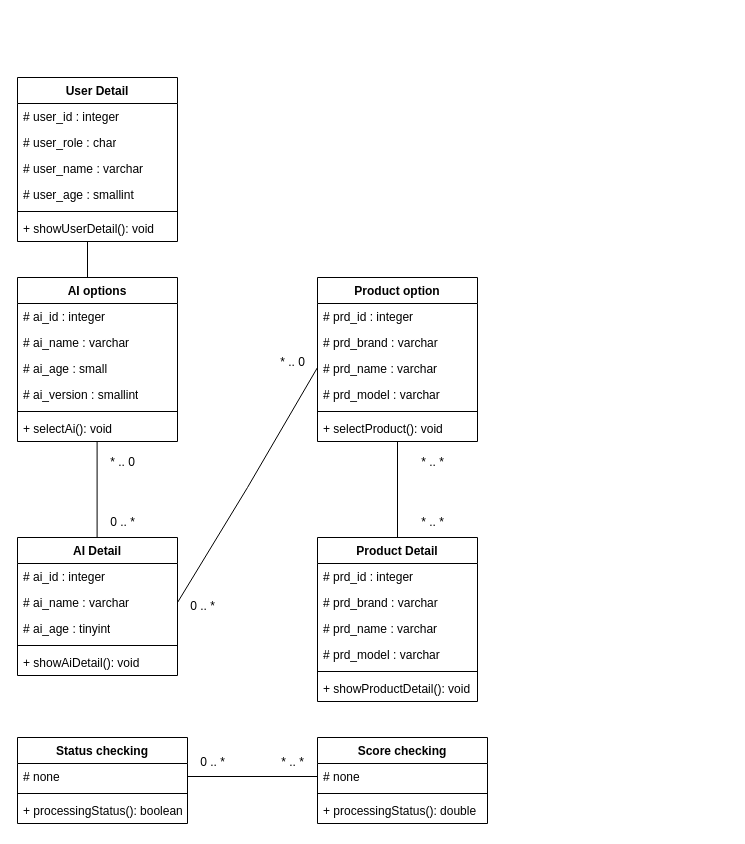
The draw.io diagram diagrams/class_diagram_design.drawio in University-Bangkok-JW/cs497-project, before the edit. Source tidied: cells renumbered, new cells numbered last; positions are measured from the earlier drawing's top-left corner, leaving out a move shared by most shapes. Both pictures are drawn from the tidied source at 100%, with x=0, y=0 at pixel (17, 77).
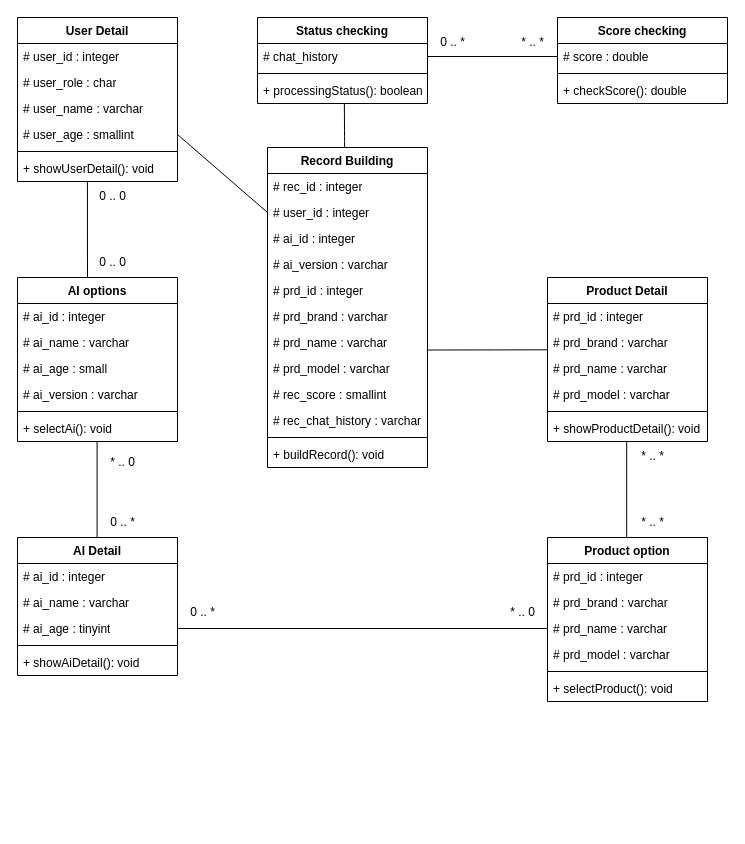
Above is the later version.

Commit message:
Save (But this is wrong, so let's look at System Function2 instead)

The change refers to these unchanged cells:
```xml
<mxCell id="2" value="AI options" style="swimlane;fontStyle=1;align=center;verticalAlign=top;horizontal=1;startSize=26;whiteSpace=wrap;html=1;" parent="1" vertex="1">
  <mxGeometry y="200" width="160" height="164" as="geometry" />
</mxCell>
<mxCell id="12" value="# prd_name : varchar" style="text;strokeColor=none;fillColor=none;align=left;verticalAlign=top;spacingLeft=4;spacingRight=4;overflow=hidden;points=[[0,0.5],[1,0.5]];portConstraint=eastwest;whiteSpace=wrap;html=1;" parent="9" vertex="1">
  <mxGeometry y="78" width="160" height="26" as="geometry" />
</mxCell>
<mxCell id="15" value="+ selectProduct(): void" style="text;strokeColor=none;fillColor=none;align=left;verticalAlign=top;spacingLeft=4;spacingRight=4;overflow=hidden;points=[[0,0.5],[1,0.5]];portConstraint=eastwest;whiteSpace=wrap;html=1;" parent="9" vertex="1">
  <mxGeometry y="138" width="160" height="26" as="geometry" />
</mxCell>
<mxCell id="18" value="# ai_name : varchar" style="text;strokeColor=none;fillColor=none;align=left;verticalAlign=top;spacingLeft=4;spacingRight=4;overflow=hidden;points=[[0,0.5],[1,0.5]];portConstraint=eastwest;whiteSpace=wrap;html=1;" parent="16" vertex="1">
  <mxGeometry y="52" width="160" height="26" as="geometry" />
</mxCell>
<mxCell id="19" value="# ai_age : tinyint" style="text;strokeColor=none;fillColor=none;align=left;verticalAlign=top;spacingLeft=4;spacingRight=4;overflow=hidden;points=[[0,0.5],[1,0.5]];portConstraint=eastwest;whiteSpace=wrap;html=1;" parent="16" vertex="1">
  <mxGeometry y="78" width="160" height="26" as="geometry" />
</mxCell>
<mxCell id="24" value="# prd_brand : varchar" style="text;strokeColor=none;fillColor=none;align=left;verticalAlign=top;spacingLeft=4;spacingRight=4;overflow=hidden;points=[[0,0.5],[1,0.5]];portConstraint=eastwest;whiteSpace=wrap;html=1;" parent="22" vertex="1">
  <mxGeometry y="52" width="160" height="26" as="geometry" />
</mxCell>
<mxCell id="33" value="# user_age : smallint" style="text;strokeColor=none;fillColor=none;align=left;verticalAlign=top;spacingLeft=4;spacingRight=4;overflow=hidden;points=[[0,0.5],[1,0.5]];portConstraint=eastwest;whiteSpace=wrap;html=1;" parent="29" vertex="1">
  <mxGeometry y="104" width="160" height="26" as="geometry" />
</mxCell>
<mxCell id="35" value="+ showUserDetail(): void" style="text;strokeColor=none;fillColor=none;align=left;verticalAlign=top;spacingLeft=4;spacingRight=4;overflow=hidden;points=[[0,0.5],[1,0.5]];portConstraint=eastwest;whiteSpace=wrap;html=1;" parent="29" vertex="1">
  <mxGeometry y="138" width="160" height="26" as="geometry" />
</mxCell>
<mxCell id="48" value="+ processingStatus(): boolean" style="text;strokeColor=none;fillColor=none;align=left;verticalAlign=top;spacingLeft=4;spacingRight=4;overflow=hidden;points=[[0,0.5],[1,0.5]];portConstraint=eastwest;whiteSpace=wrap;html=1;" parent="45" vertex="1">
  <mxGeometry y="60" width="170" height="26" as="geometry" />
</mxCell>
```

What changed in the source:
```diff
@@
-    <mxCell id="6" value="# ai_version : smallint" style="text;strokeColor=none;fillColor=none;align=left;verticalAlign=top;spacingLeft=4;spacingRight=4;overflow=hidden;whiteSpace=wrap;html=1;" parent="2" vertex="1">
+    <mxCell id="6" value="# ai_version : varchar" style="text;strokeColor=none;fillColor=none;align=left;verticalAlign=top;spacingLeft=4;spacingRight=4;overflow=hidden;whiteSpace=wrap;html=1;" parent="2" vertex="1">
       <mxGeometry y="104" width="160" height="26" as="geometry" />
     </mxCell>
@@
     <mxCell id="9" value="Product option" style="swimlane;fontStyle=1;align=center;verticalAlign=top;horizontal=1;startSize=26;whiteSpace=wrap;html=1;" parent="1" vertex="1">
-      <mxGeometry x="300" y="200" width="160" height="164" as="geometry" />
+      <mxGeometry x="530" y="460" width="160" height="164" as="geometry" />
     </mxCell>
@@
     <mxCell id="22" value="Product Detail" style="swimlane;fontStyle=1;align=center;verticalAlign=top;horizontal=1;startSize=26;whiteSpace=wrap;html=1;" parent="1" vertex="1">
-      <mxGeometry x="300" y="460" width="160" height="164" as="geometry" />
+      <mxGeometry x="530" y="200" width="160" height="164" as="geometry" />
     </mxCell>
@@
     <mxCell id="29" value="User Detail" style="swimlane;fontStyle=1;align=center;verticalAlign=top;horizontal=1;startSize=26;whiteSpace=wrap;html=1;" parent="1" vertex="1">
-      <mxGeometry width="160" height="164" as="geometry" />
+      <mxGeometry y="-60" width="160" height="164" as="geometry" />
     </mxCell>
@@
-    <mxCell id="36" style="endArrow=none;html=1;rounded=0;entryX=0.5;entryY=0.996;entryDx=0;entryDy=0;entryPerimeter=0;exitX=0.5;exitY=0;exitDx=0;exitDy=0;" parent="1" edge="1" source="22" target="15">
-      <mxGeometry relative="1" as="geometry" />
-    </mxCell>
@@
-    <mxCell id="38" style="endArrow=none;html=1;rounded=0;exitX=1;exitY=0.5;exitDx=0;exitDy=0;" parent="1" edge="1" source="18">
-      <mxGeometry relative="1" as="geometry">
-        <mxPoint x="300" y="290" as="targetPoint" />
-        <Array as="points">
-          <mxPoint x="230" y="410" />
-        </Array>
-      </mxGeometry>
+    <mxCell id="38" style="endArrow=none;html=1;rounded=0;exitX=1;exitY=0.5;exitDx=0;exitDy=0;entryX=0;entryY=0.5;entryDx=0;entryDy=0;" parent="1" edge="1" source="19" target="12">
+      <mxGeometry relative="1" as="geometry" />
     </mxCell>
     <mxCell id="39" value="0 .. *" style="text;html=1;align=center;verticalAlign=middle;strokeColor=none;fillColor=none;" parent="1" vertex="1">
-      <mxGeometry x="160" y="514" width="50" height="30" as="geometry" />
+      <mxGeometry x="160" y="520" width="50" height="30" as="geometry" />
     </mxCell>
@@
     <mxCell id="41" value="* .. *" style="text;html=1;align=center;verticalAlign=middle;strokeColor=none;fillColor=none;" parent="1" vertex="1">
-      <mxGeometry x="390" y="370" width="50" height="30" as="geometry" />
+      <mxGeometry x="610" y="364" width="50" height="30" as="geometry" />
     </mxCell>
     <mxCell id="42" value="* .. *" style="text;html=1;align=center;verticalAlign=middle;strokeColor=none;fillColor=none;" parent="1" vertex="1">
-      <mxGeometry x="390" y="430" width="50" height="30" as="geometry" />
+      <mxGeometry x="610" y="430" width="50" height="30" as="geometry" />
     </mxCell>
@@
     <mxCell id="44" value="* .. 0" style="text;html=1;align=center;verticalAlign=middle;strokeColor=none;fillColor=none;" parent="1" vertex="1">
-      <mxGeometry x="250" y="270" width="50" height="30" as="geometry" />
+      <mxGeometry x="480" y="520" width="50" height="30" as="geometry" />
     </mxCell>
     <mxCell id="45" value="Status checking" style="swimlane;fontStyle=1;align=center;verticalAlign=top;horizontal=1;startSize=26;whiteSpace=wrap;html=1;" parent="1" vertex="1">
-      <mxGeometry y="660" width="170" height="86" as="geometry" />
+      <mxGeometry x="240" y="-60" width="170" height="86" as="geometry" />
     </mxCell>
-    <mxCell id="46" value="# none" style="text;strokeColor=none;fillColor=none;align=left;verticalAlign=top;spacingLeft=4;spacingRight=4;overflow=hidden;points=[[0,0.5],[1,0.5]];portConstraint=eastwest;whiteSpace=wrap;html=1;" parent="45" vertex="1">
+    <mxCell id="46" value="# chat_history" style="text;strokeColor=none;fillColor=none;align=left;verticalAlign=top;spacingLeft=4;spacingRight=4;overflow=hidden;points=[[0,0.5],[1,0.5]];portConstraint=eastwest;whiteSpace=wrap;html=1;" parent="45" vertex="1">
       <mxGeometry y="26" width="170" height="26" as="geometry" />
     </mxCell>
@@
     <mxCell id="49" value="Score checking" style="swimlane;fontStyle=1;align=center;verticalAlign=top;horizontal=1;startSize=26;whiteSpace=wrap;html=1;" parent="1" vertex="1">
-      <mxGeometry x="300" y="660" width="170" height="86" as="geometry" />
+      <mxGeometry x="540" y="-60" width="170" height="86" as="geometry" />
     </mxCell>
-    <mxCell id="50" value="# none" style="text;strokeColor=none;fillColor=none;align=left;verticalAlign=top;spacingLeft=4;spacingRight=4;overflow=hidden;points=[[0,0.5],[1,0.5]];portConstraint=eastwest;whiteSpace=wrap;html=1;" parent="49" vertex="1">
+    <mxCell id="50" value="# score : double" style="text;strokeColor=none;fillColor=none;align=left;verticalAlign=top;spacingLeft=4;spacingRight=4;overflow=hidden;points=[[0,0.5],[1,0.5]];portConstraint=eastwest;whiteSpace=wrap;html=1;" parent="49" vertex="1">
       <mxGeometry y="26" width="170" height="26" as="geometry" />
     </mxCell>
@@
-    <mxCell id="52" value="+ processingStatus(): double" style="text;strokeColor=none;fillColor=none;align=left;verticalAlign=top;spacingLeft=4;spacingRight=4;overflow=hidden;whiteSpace=wrap;html=1;" parent="49" vertex="1">
+    <mxCell id="52" value="+ checkScore(): double" style="text;strokeColor=none;fillColor=none;align=left;verticalAlign=top;spacingLeft=4;spacingRight=4;overflow=hidden;whiteSpace=wrap;html=1;" parent="49" vertex="1">
       <mxGeometry y="60" width="170" height="26" as="geometry" />
     </mxCell>
-    <mxCell id="53" style="endArrow=none;html=1;rounded=0;entryX=0.5;entryY=0.996;entryDx=0;entryDy=0;entryPerimeter=0;" parent="1" edge="1">
+    <mxCell id="53" style="endArrow=none;html=1;rounded=0;entryX=0.437;entryY=1.009;entryDx=0;entryDy=0;entryPerimeter=0;" parent="1" edge="1" target="35">
       <mxGeometry relative="1" as="geometry">
         <mxPoint x="70" y="200" as="sourcePoint" />
-        <mxPoint x="70" y="164" as="targetPoint" />
       </mxGeometry>
     </mxCell>
@@
     <mxCell id="55" value="0 .. *" style="text;html=1;align=center;verticalAlign=middle;strokeColor=none;fillColor=none;" parent="1" vertex="1">
-      <mxGeometry x="170" y="670" width="50" height="30" as="geometry" />
+      <mxGeometry x="410" y="-50" width="50" height="30" as="geometry" />
     </mxCell>
     <mxCell id="56" value="* .. *" style="text;html=1;align=center;verticalAlign=middle;strokeColor=none;fillColor=none;" parent="1" vertex="1">
-      <mxGeometry x="250" y="670" width="50" height="30" as="geometry" />
+      <mxGeometry x="490" y="-50" width="50" height="30" as="geometry" />
     </mxCell>
+    <mxCell id="57" value="0 .. 0" style="text;html=1;align=center;verticalAlign=middle;strokeColor=none;fillColor=none;" parent="1" vertex="1">
+      <mxGeometry x="70" y="104" width="50" height="30" as="geometry" />
+    </mxCell>
+    <mxCell id="58" value="0 .. 0" style="text;html=1;align=center;verticalAlign=middle;strokeColor=none;fillColor=none;" parent="1" vertex="1">
+      <mxGeometry x="70" y="170" width="50" height="30" as="geometry" />
+    </mxCell>
+    <mxCell id="59" value="Record Building" style="swimlane;fontStyle=1;align=center;verticalAlign=top;horizontal=1;startSize=26;whiteSpace=wrap;html=1;" parent="1" vertex="1">
+      <mxGeometry x="250" y="70" width="160" height="320" as="geometry" />
+    </mxCell>
+    <mxCell id="60" value="&lt;div&gt;&lt;span style=&quot;background-color: initial;&quot;&gt;# rec_id :&lt;/span&gt;&lt;span style=&quot;background-color: initial;&quot;&gt;&amp;nbsp;&lt;/span&gt;&lt;span style=&quot;background-color: initial;&quot;&gt;integer&lt;/span&gt;&lt;/div&gt;" style="text;strokeColor=none;fillColor=none;align=left;verticalAlign=top;spacingLeft=4;spacingRight=4;overflow=hidden;whiteSpace=wrap;html=1;" parent="59" vertex="1">
+      <mxGeometry y="26" width="160" height="26" as="geometry" />
+    </mxCell>
+    <mxCell id="61" value="&lt;div&gt;&lt;span style=&quot;background-color: initial;&quot;&gt;# user_id :&lt;/span&gt;&lt;span style=&quot;background-color: initial;&quot;&gt;&amp;nbsp;&lt;/span&gt;&lt;span style=&quot;background-color: initial;&quot;&gt;integer&lt;/span&gt;&lt;/div&gt;" style="text;strokeColor=none;fillColor=none;align=left;verticalAlign=top;spacingLeft=4;spacingRight=4;overflow=hidden;points=[[0,0.5],[1,0.5]];portConstraint=eastwest;whiteSpace=wrap;html=1;" parent="59" vertex="1">
+      <mxGeometry y="52" width="160" height="26" as="geometry" />
+    </mxCell>
+    <mxCell id="62" value="&lt;div&gt;&lt;span style=&quot;background-color: initial;&quot;&gt;# ai_id :&lt;/span&gt;&lt;span style=&quot;background-color: initial;&quot;&gt;&amp;nbsp;&lt;/span&gt;&lt;span style=&quot;background-color: initial;&quot;&gt;integer&lt;/span&gt;&lt;/div&gt;" style="text;strokeColor=none;fillColor=none;align=left;verticalAlign=top;spacingLeft=4;spacingRight=4;overflow=hidden;whiteSpace=wrap;html=1;" parent="59" vertex="1">
+      <mxGeometry y="78" width="160" height="26" as="geometry" />
+    </mxCell>
+    <mxCell id="63" value="&lt;div&gt;&lt;span style=&quot;background-color: initial;&quot;&gt;# ai_version :&lt;/span&gt;&lt;span style=&quot;background-color: initial;&quot;&gt;&amp;nbsp;&lt;/span&gt;&lt;span style=&quot;background-color: initial;&quot;&gt;varchar&lt;/span&gt;&lt;/div&gt;" style="text;strokeColor=none;fillColor=none;align=left;verticalAlign=top;spacingLeft=4;spacingRight=4;overflow=hidden;whiteSpace=wrap;html=1;" parent="59" vertex="1">
+      <mxGeometry y="104" width="160" height="26" as="geometry" />
+    </mxCell>
+    <mxCell id="64" value="&lt;div&gt;&lt;span style=&quot;background-color: initial;&quot;&gt;# prd_id :&lt;/span&gt;&lt;span style=&quot;background-color: initial;&quot;&gt;&amp;nbsp;&lt;/span&gt;&lt;span style=&quot;background-color: initial;&quot;&gt;integer&lt;/span&gt;&lt;/div&gt;" style="text;strokeColor=none;fillColor=none;align=left;verticalAlign=top;spacingLeft=4;spacingRight=4;overflow=hidden;whiteSpace=wrap;html=1;" parent="59" vertex="1">
+      <mxGeometry y="130" width="160" height="26" as="geometry" />
+    </mxCell>
+    <mxCell id="65" value="&lt;div&gt;&lt;span style=&quot;background-color: initial;&quot;&gt;# prd_brand :&lt;/span&gt;&lt;span style=&quot;background-color: initial;&quot;&gt;&amp;nbsp;&lt;/span&gt;&lt;span style=&quot;background-color: initial;&quot;&gt;varchar&lt;/span&gt;&lt;/div&gt;" style="text;strokeColor=none;fillColor=none;align=left;verticalAlign=top;spacingLeft=4;spacingRight=4;overflow=hidden;whiteSpace=wrap;html=1;" parent="59" vertex="1">
+      <mxGeometry y="156" width="160" height="26" as="geometry" />
+    </mxCell>
+    <mxCell id="66" value="&lt;div&gt;&lt;span style=&quot;background-color: initial;&quot;&gt;# prd_name :&lt;/span&gt;&lt;span style=&quot;background-color: initial;&quot;&gt;&amp;nbsp;&lt;/span&gt;&lt;span style=&quot;background-color: initial;&quot;&gt;varchar&lt;/span&gt;&lt;/div&gt;" style="text;strokeColor=none;fillColor=none;align=left;verticalAlign=top;spacingLeft=4;spacingRight=4;overflow=hidden;points=[[0,0.5],[1,0.5]];portConstraint=eastwest;whiteSpace=wrap;html=1;" parent="59" vertex="1">
+      <mxGeometry y="182" width="160" height="26" as="geometry" />
+    </mxCell>
+    <mxCell id="67" value="&lt;div&gt;&lt;span style=&quot;background-color: initial;&quot;&gt;# prd_model :&lt;/span&gt;&lt;span style=&quot;background-color: initial;&quot;&gt;&amp;nbsp;&lt;/span&gt;&lt;span style=&quot;background-color: initial;&quot;&gt;varchar&lt;/span&gt;&lt;/div&gt;" style="text;strokeColor=none;fillColor=none;align=left;verticalAlign=top;spacingLeft=4;spacingRight=4;overflow=hidden;whiteSpace=wrap;html=1;" parent="59" vertex="1">
+      <mxGeometry y="208" width="160" height="26" as="geometry" />
+    </mxCell>
+    <mxCell id="68" value="&lt;div&gt;&lt;span style=&quot;background-color: initial;&quot;&gt;# rec_score :&lt;/span&gt;&lt;span style=&quot;background-color: initial;&quot;&gt;&amp;nbsp;&lt;/span&gt;&lt;span style=&quot;background-color: initial;&quot;&gt;smallint&lt;/span&gt;&lt;/div&gt;" style="text;strokeColor=none;fillColor=none;align=left;verticalAlign=top;spacingLeft=4;spacingRight=4;overflow=hidden;whiteSpace=wrap;html=1;" parent="59" vertex="1">
+      <mxGeometry y="234" width="160" height="26" as="geometry" />
+    </mxCell>
+    <mxCell id="69" value="&lt;div&gt;&lt;span style=&quot;background-color: initial;&quot;&gt;# rec_chat_history :&lt;/span&gt;&lt;span style=&quot;background-color: initial;&quot;&gt;&amp;nbsp;&lt;/span&gt;&lt;span style=&quot;background-color: initial;&quot;&gt;varchar&lt;/span&gt;&lt;/div&gt;" style="text;strokeColor=none;fillColor=none;align=left;verticalAlign=top;spacingLeft=4;spacingRight=4;overflow=hidden;whiteSpace=wrap;html=1;" parent="59" vertex="1">
+      <mxGeometry y="260" width="160" height="26" as="geometry" />
+    </mxCell>
+    <mxCell id="70" style="line;strokeWidth=1;fillColor=none;align=left;verticalAlign=middle;spacingTop=-1;spacingLeft=3;spacingRight=3;labelPosition=right;strokeColor=inherit;" parent="59" vertex="1">
+      <mxGeometry y="286" width="160" height="8" as="geometry" />
+    </mxCell>
+    <mxCell id="71" value="+ buildRecord(&lt;span style=&quot;background-color: initial;&quot;&gt;): void&lt;/span&gt;" style="text;strokeColor=none;fillColor=none;align=left;verticalAlign=top;spacingLeft=4;spacingRight=4;overflow=hidden;whiteSpace=wrap;html=1;" parent="59" vertex="1">
+      <mxGeometry y="294" width="160" height="26" as="geometry" />
+    </mxCell>
+    <mxCell id="72" style="endArrow=none;html=1;rounded=0;entryX=0.5;entryY=0.996;entryDx=0;entryDy=0;entryPerimeter=0;exitX=0.5;exitY=0;exitDx=0;exitDy=0;" parent="1" edge="1">
+      <mxGeometry relative="1" as="geometry">
+        <mxPoint x="609.2" y="460" as="sourcePoint" />
+        <mxPoint x="609.2" y="364" as="targetPoint" />
+      </mxGeometry>
+    </mxCell>
+    <mxCell id="73" style="endArrow=none;html=1;rounded=0;fontSize=12;startSize=8;endSize=8;curved=1;entryX=0.511;entryY=1.012;entryDx=0;entryDy=0;entryPerimeter=0;exitX=0.482;exitY=0.001;exitDx=0;exitDy=0;exitPerimeter=0;" parent="1" edge="1" source="59" target="48">
+      <mxGeometry relative="1" as="geometry" />
+    </mxCell>
+    <mxCell id="74" style="endArrow=none;html=1;rounded=0;fontSize=12;startSize=8;endSize=8;curved=1;exitX=0.995;exitY=0.789;exitDx=0;exitDy=0;entryX=-0.002;entryY=0.782;entryDx=0;entryDy=0;entryPerimeter=0;exitPerimeter=0;" parent="1" edge="1" source="66" target="24">
+      <mxGeometry relative="1" as="geometry" />
+    </mxCell>
+    <mxCell id="75" style="endArrow=none;html=1;rounded=0;fontSize=12;startSize=8;endSize=8;curved=1;exitX=1;exitY=0.5;exitDx=0;exitDy=0;entryX=0;entryY=0.5;entryDx=0;entryDy=0;" parent="1" edge="1" source="33" target="61">
+      <mxGeometry relative="1" as="geometry" />
+    </mxCell>
```
